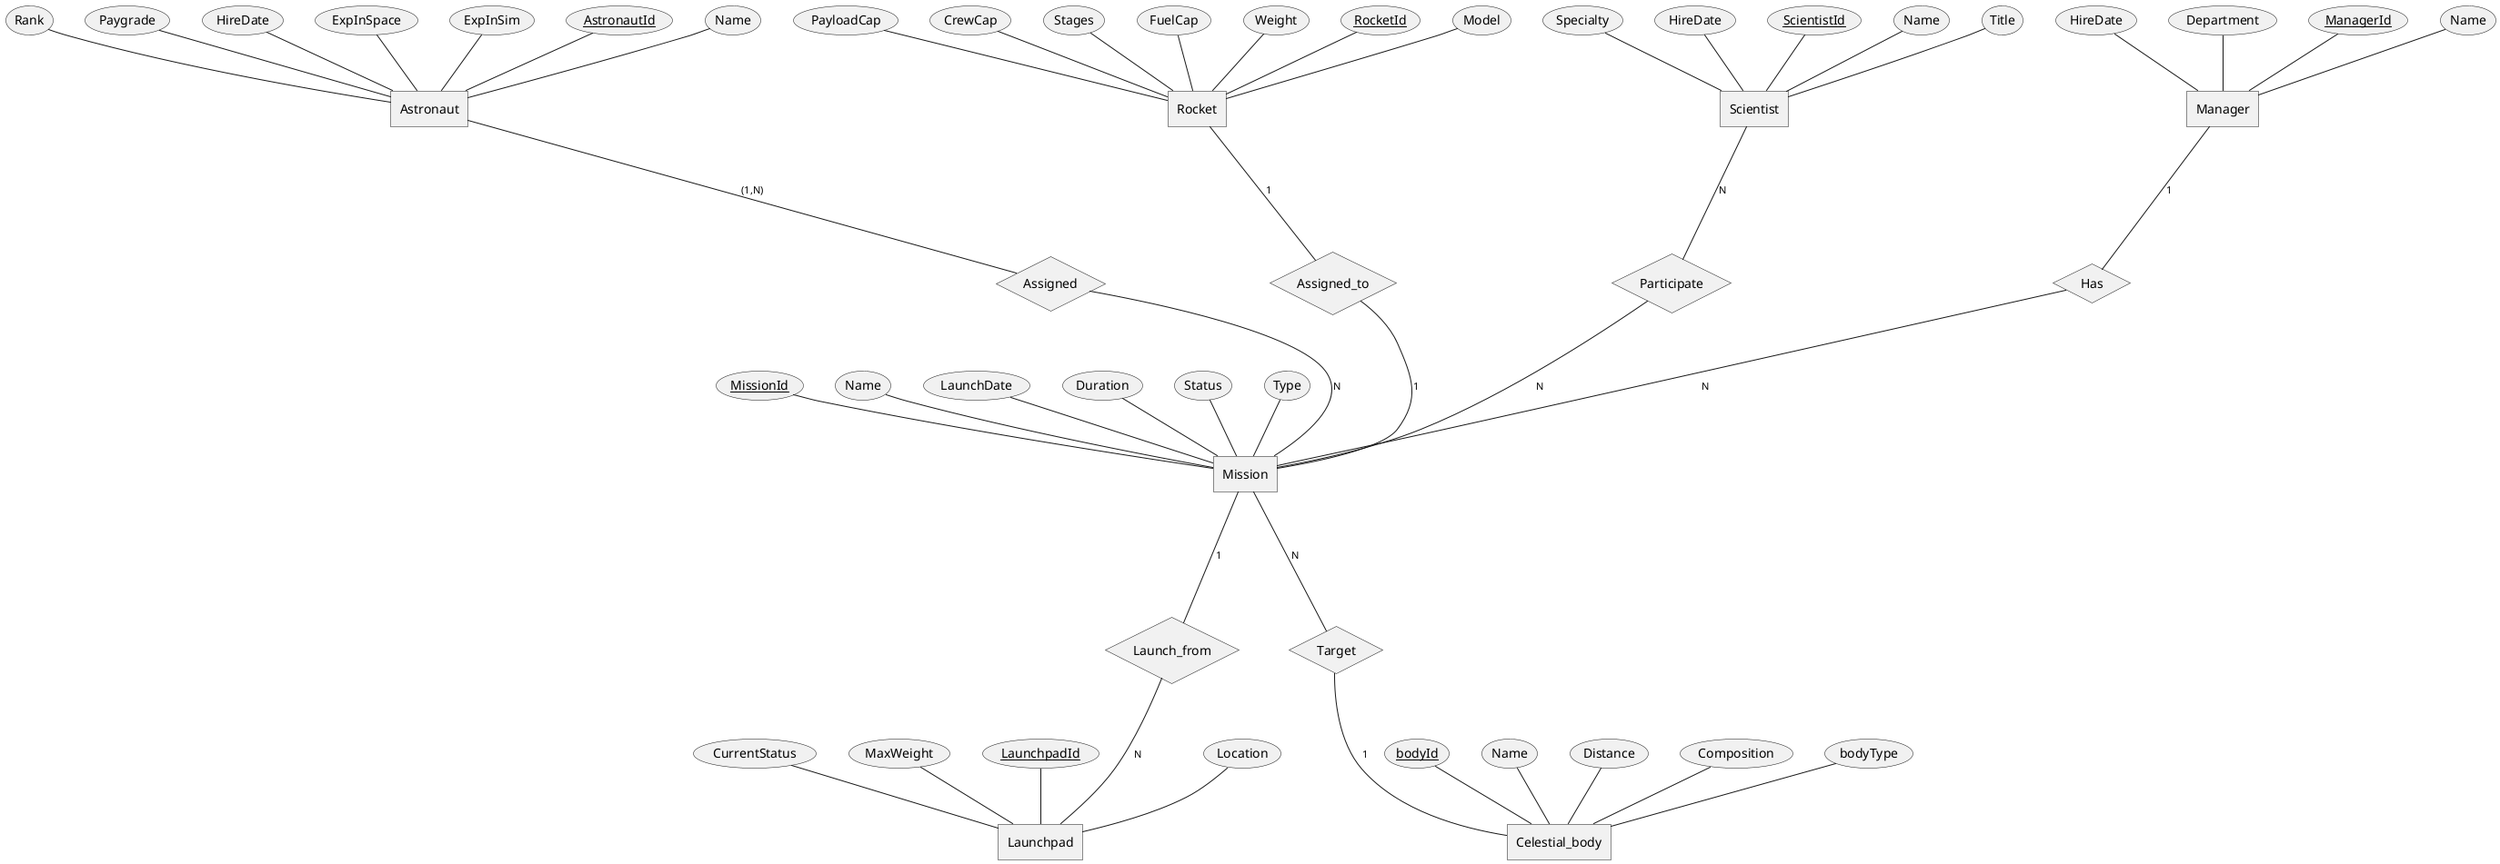
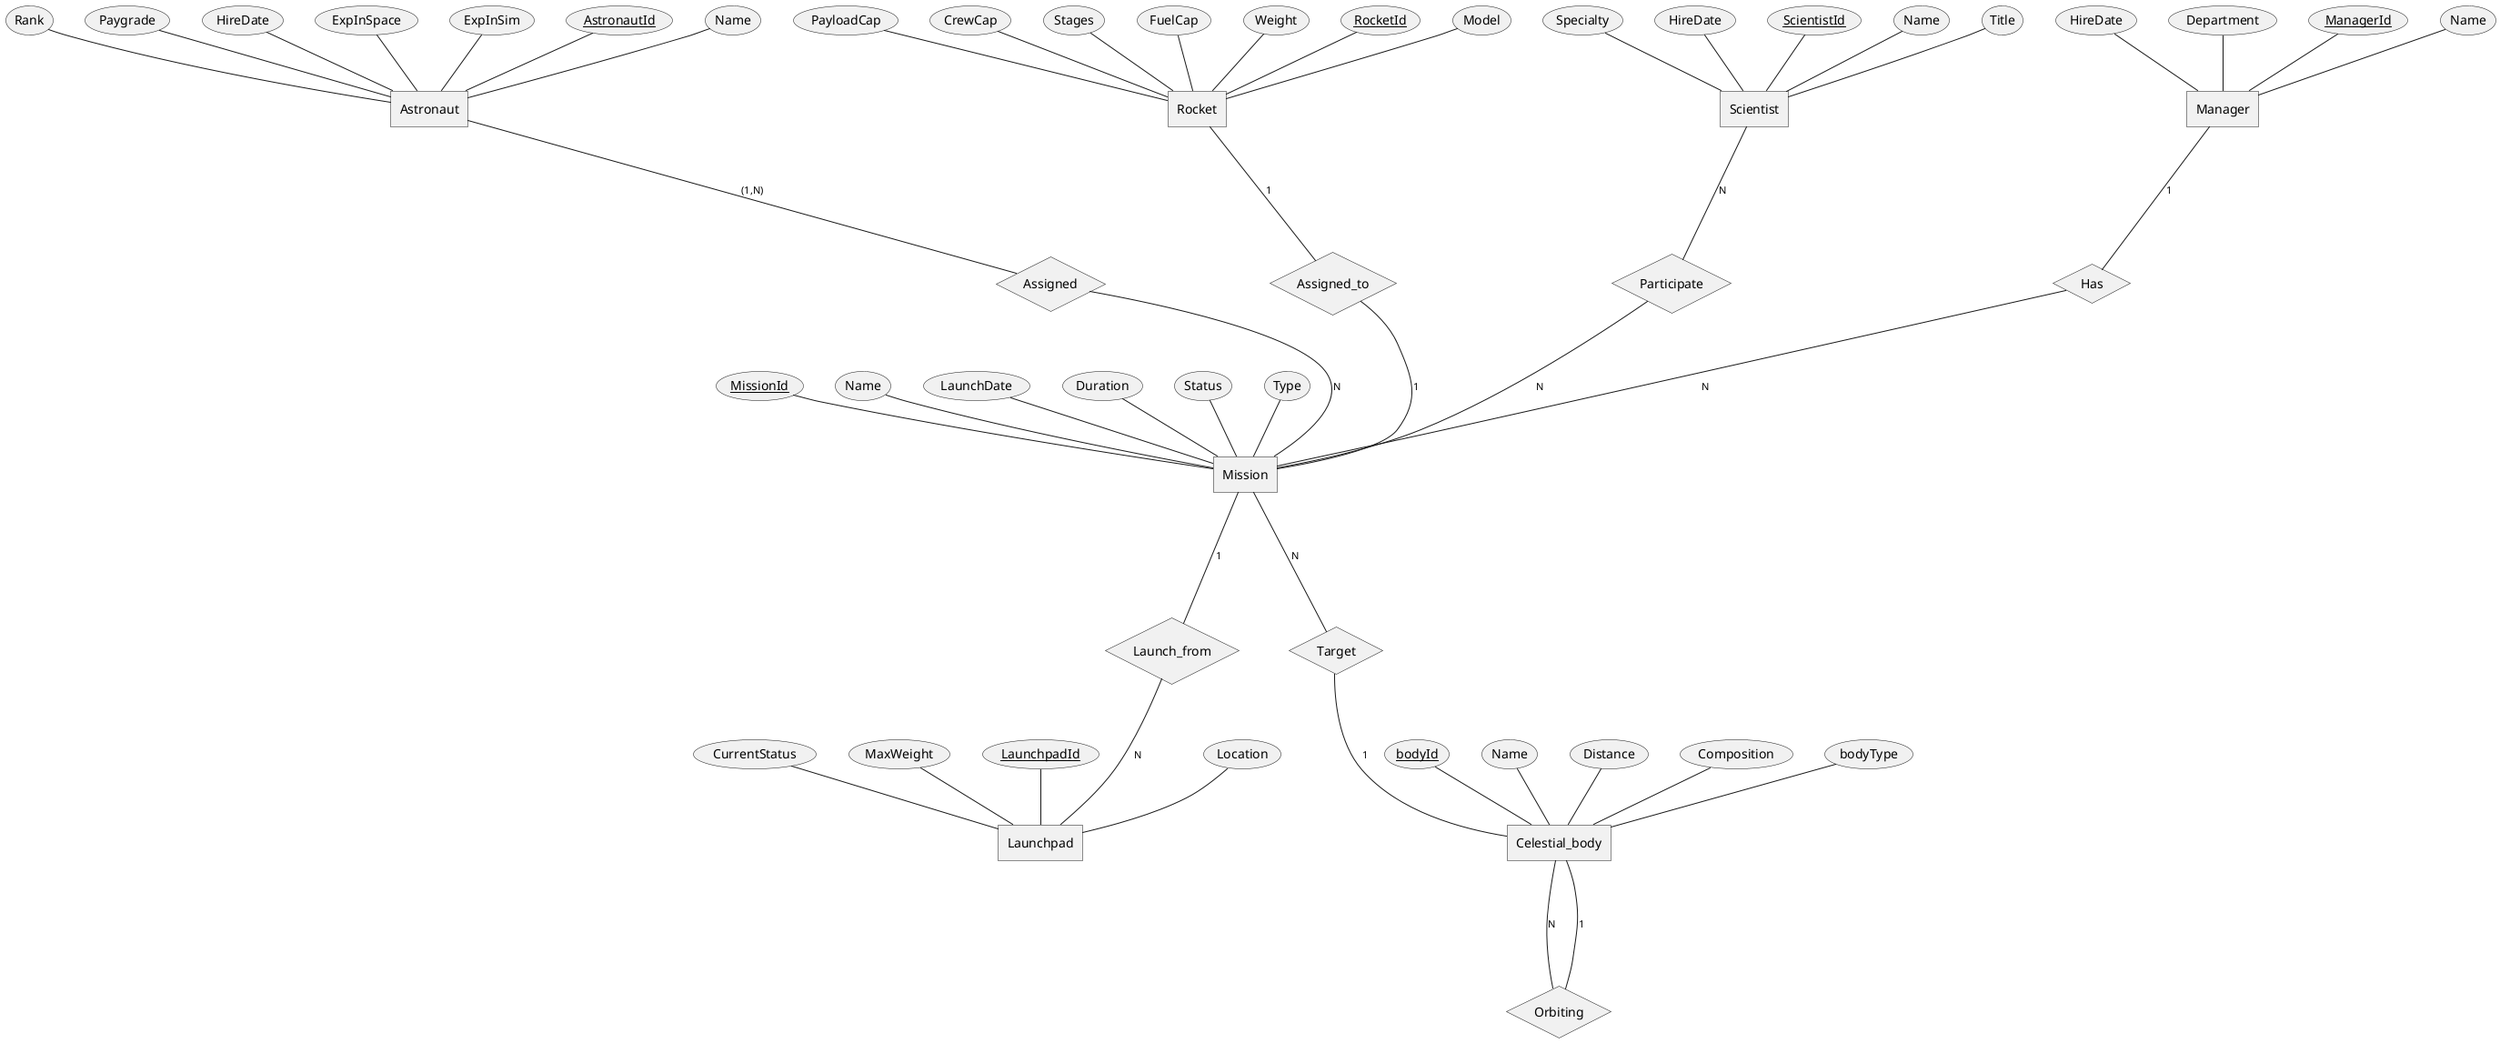
﻿@startchen
- 
entity Manager {
    Department
    ManagerId <<key>>
    Name
    HireDate
}

entity Mission {
    MissionId <<key>>
    Name
    LaunchDate
    Duration
    Status
    Type
}

entity Launchpad{
    LaunchpadId <<key>>
    Location
    CurrentStatus
    MaxWeight
}

entity Astronaut{
    AstronautId <<key>>
    Name
    Rank
    Paygrade
    HireDate
    ExpInSpace
    ExpInSim
}

entity Scientist {
    ScientistId <<key>>
    Name
    Title
    Specialty
    HireDate
}

entity Rocket{
    RocketId <<key>>
    Model
    PayloadCap
    CrewCap
    Stages
    FuelCap
    Weight
}

entity Celestial_body{
    bodyId <<key>>
    Name
    Distance
    Composition
    bodyType
}


relationship Launch_from{
}
relationship Has{
}
relationship Assigned{
}
relationship Assigned_to{
}
relationship Participate{
}
relationship Target{
}
+ relationship Orbiting{
+ }



Mission -1- Launch_from
Launch_from -N- Launchpad

Manager -1- Has
Has -N- Mission

Astronaut -(1,N)- Assigned
Assigned -N- Mission

Scientist -N- Participate
Participate -N- Mission

Rocket -1- Assigned_to
Assigned_to -1- Mission

Mission -N- Target
Target -1- Celestial_body

- 
+ Celestial_body -N- Orbiting
+ Orbiting -1- Celestial_body








@endchen
